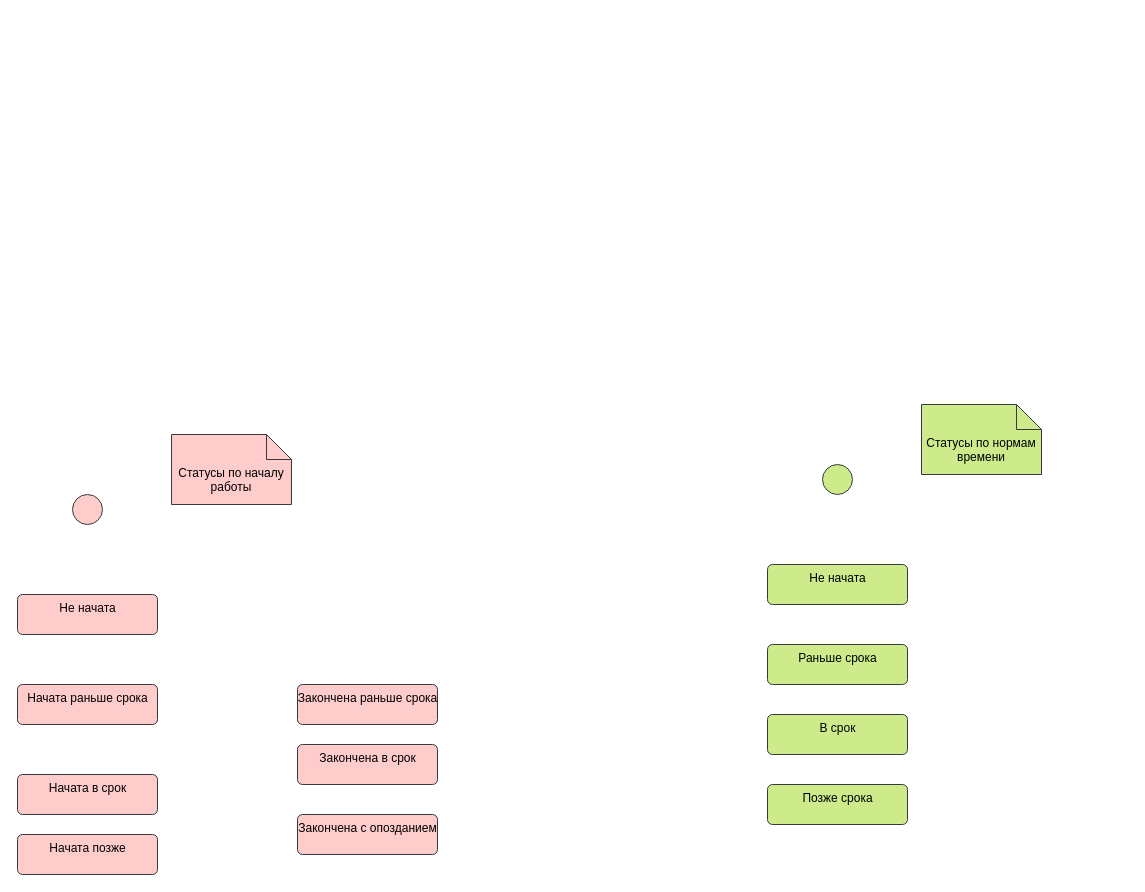
This is page "Статусы документа" (5 of 5) of maint/Рабочее задание.drawio from tvolodi-ab/ASCOA, a draw.io file, before an edit. Source tidied: cells renumbered, new cells numbered last; positions are measured from the earlier drawing's top-left corner, leaving out a move shared by most shapes. Both pictures are drawn from the tidied source at 100%, with x=0, y=0 at pixel (17, 404).
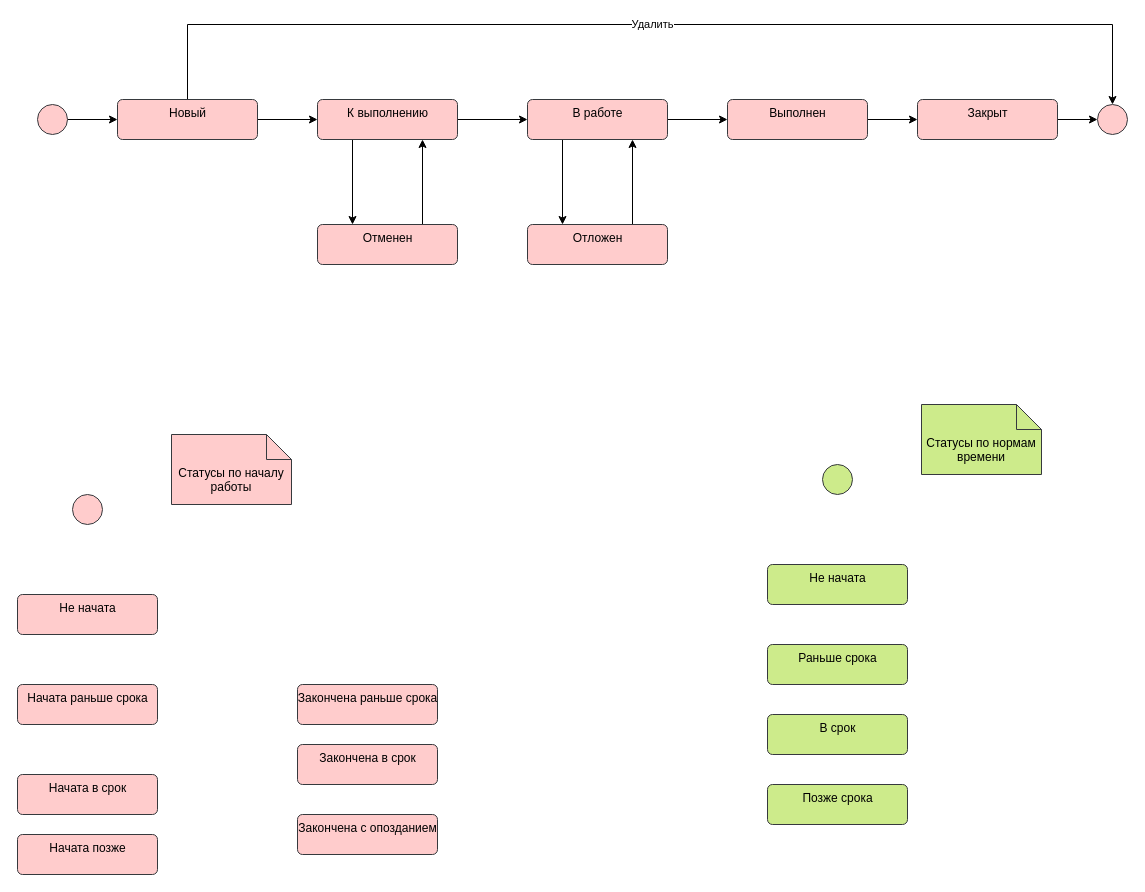
Above is the later version.

Diff of the diagram source:
```diff
@@
+    <mxCell id="17" style="edgeStyle=orthogonalEdgeStyle;rounded=0;jettySize=auto;html=1;exitX=1;exitY=0.5;exitDx=0;exitDy=0;entryX=0;entryY=0.5;entryDx=0;entryDy=0;" parent="1" edge="1" source="18" target="21">
+      <mxGeometry relative="1" as="geometry" />
+    </mxCell>
+    <mxCell id="18" style="ellipse;fillColor=#ffcccc;strokeColor=#36393d;shadow=0;labelBackgroundColor=none;labelBorderColor=none;html=0;" parent="1" vertex="1">
+      <mxGeometry x="20" y="-300" width="30" height="30" as="geometry" />
+    </mxCell>
+    <mxCell id="19" style="edgeStyle=orthogonalEdgeStyle;rounded=0;jettySize=auto;html=1;" parent="1" edge="1" source="21" target="24">
+      <mxGeometry relative="1" as="geometry" />
+    </mxCell>
+    <mxCell id="20" value="Удалить" style="edgeStyle=orthogonalEdgeStyle;rounded=0;jettySize=auto;html=1;entryX=0.5;entryY=0;entryDx=0;entryDy=0;" parent="1" edge="1" source="21" target="32">
+      <mxGeometry relative="1" as="geometry">
+        <Array as="points">
+          <mxPoint x="170" y="-380" />
+          <mxPoint x="1095" y="-380" />
+        </Array>
+      </mxGeometry>
+    </mxCell>
+    <mxCell id="21" value="Новый" style="html=1;align=center;verticalAlign=top;rounded=1;absoluteArcSize=1;arcSize=10;dashed=0;shadow=0;labelBackgroundColor=none;labelBorderColor=none;fillColor=#ffcccc;strokeColor=#36393d;" parent="1" vertex="1">
+      <mxGeometry x="100" y="-305" width="140" height="40" as="geometry" />
+    </mxCell>
+    <mxCell id="22" style="edgeStyle=orthogonalEdgeStyle;rounded=0;jettySize=auto;html=1;entryX=0;entryY=0.5;entryDx=0;entryDy=0;" parent="1" edge="1" source="24" target="27">
+      <mxGeometry relative="1" as="geometry" />
+    </mxCell>
+    <mxCell id="23" style="edgeStyle=orthogonalEdgeStyle;rounded=0;jettySize=auto;html=1;entryX=0.25;entryY=0;entryDx=0;entryDy=0;exitX=0.25;exitY=1;exitDx=0;exitDy=0;" parent="1" edge="1" source="24" target="34">
+      <mxGeometry relative="1" as="geometry" />
+    </mxCell>
+    <mxCell id="24" value="К выполнению" style="html=1;align=center;verticalAlign=top;rounded=1;absoluteArcSize=1;arcSize=10;dashed=0;shadow=0;labelBackgroundColor=none;labelBorderColor=none;fillColor=#ffcccc;strokeColor=#36393d;" parent="1" vertex="1">
+      <mxGeometry x="300" y="-305" width="140" height="40" as="geometry" />
+    </mxCell>
+    <mxCell id="25" style="edgeStyle=orthogonalEdgeStyle;rounded=0;jettySize=auto;html=1;entryX=0;entryY=0.5;entryDx=0;entryDy=0;" parent="1" edge="1" source="27" target="29">
+      <mxGeometry relative="1" as="geometry" />
+    </mxCell>
+    <mxCell id="26" style="edgeStyle=orthogonalEdgeStyle;rounded=0;jettySize=auto;html=1;exitX=0.25;exitY=1;exitDx=0;exitDy=0;entryX=0.25;entryY=0;entryDx=0;entryDy=0;" parent="1" edge="1" source="27" target="36">
+      <mxGeometry relative="1" as="geometry" />
+    </mxCell>
+    <mxCell id="27" value="В работе" style="html=1;align=center;verticalAlign=top;rounded=1;absoluteArcSize=1;arcSize=10;dashed=0;shadow=0;labelBackgroundColor=none;labelBorderColor=none;fillColor=#ffcccc;strokeColor=#36393d;" parent="1" vertex="1">
+      <mxGeometry x="510" y="-305" width="140" height="40" as="geometry" />
+    </mxCell>
+    <mxCell id="28" style="edgeStyle=orthogonalEdgeStyle;rounded=0;jettySize=auto;html=1;entryX=0;entryY=0.5;entryDx=0;entryDy=0;" parent="1" edge="1" source="29" target="31">
+      <mxGeometry relative="1" as="geometry" />
+    </mxCell>
+    <mxCell id="29" value="Выполнен" style="html=1;align=center;verticalAlign=top;rounded=1;absoluteArcSize=1;arcSize=10;dashed=0;shadow=0;labelBackgroundColor=none;labelBorderColor=none;fillColor=#ffcccc;strokeColor=#36393d;" parent="1" vertex="1">
+      <mxGeometry x="710" y="-305" width="140" height="40" as="geometry" />
+    </mxCell>
+    <mxCell id="30" style="edgeStyle=orthogonalEdgeStyle;rounded=0;jettySize=auto;html=1;entryX=0;entryY=0.5;entryDx=0;entryDy=0;" parent="1" edge="1" source="31" target="32">
+      <mxGeometry relative="1" as="geometry" />
+    </mxCell>
+    <mxCell id="31" value="Закрыт" style="html=1;align=center;verticalAlign=top;rounded=1;absoluteArcSize=1;arcSize=10;dashed=0;shadow=0;labelBackgroundColor=none;labelBorderColor=none;fillColor=#ffcccc;strokeColor=#36393d;" parent="1" vertex="1">
+      <mxGeometry x="900" y="-305" width="140" height="40" as="geometry" />
+    </mxCell>
+    <mxCell id="32" style="ellipse;fillColor=#ffcccc;strokeColor=#36393d;shadow=0;labelBackgroundColor=none;labelBorderColor=none;html=0;" parent="1" vertex="1">
+      <mxGeometry x="1080" y="-300" width="30" height="30" as="geometry" />
+    </mxCell>
+    <mxCell id="33" style="edgeStyle=orthogonalEdgeStyle;rounded=0;jettySize=auto;html=1;exitX=0.75;exitY=0;exitDx=0;exitDy=0;entryX=0.75;entryY=1;entryDx=0;entryDy=0;" parent="1" edge="1" source="34" target="24">
+      <mxGeometry relative="1" as="geometry" />
+    </mxCell>
+    <mxCell id="34" value="Отменен" style="html=1;align=center;verticalAlign=top;rounded=1;absoluteArcSize=1;arcSize=10;dashed=0;shadow=0;labelBackgroundColor=none;labelBorderColor=none;fillColor=#ffcccc;strokeColor=#36393d;" parent="1" vertex="1">
+      <mxGeometry x="300" y="-180" width="140" height="40" as="geometry" />
+    </mxCell>
+    <mxCell id="35" style="edgeStyle=orthogonalEdgeStyle;rounded=0;jettySize=auto;html=1;exitX=0.75;exitY=0;exitDx=0;exitDy=0;entryX=0.75;entryY=1;entryDx=0;entryDy=0;" parent="1" edge="1" source="36" target="27">
+      <mxGeometry relative="1" as="geometry" />
+    </mxCell>
+    <mxCell id="36" value="Отложен" style="html=1;align=center;verticalAlign=top;rounded=1;absoluteArcSize=1;arcSize=10;dashed=0;shadow=0;labelBackgroundColor=none;labelBorderColor=none;fillColor=#ffcccc;strokeColor=#36393d;" parent="1" vertex="1">
+      <mxGeometry x="510" y="-180" width="140" height="40" as="geometry" />
+    </mxCell>
```
